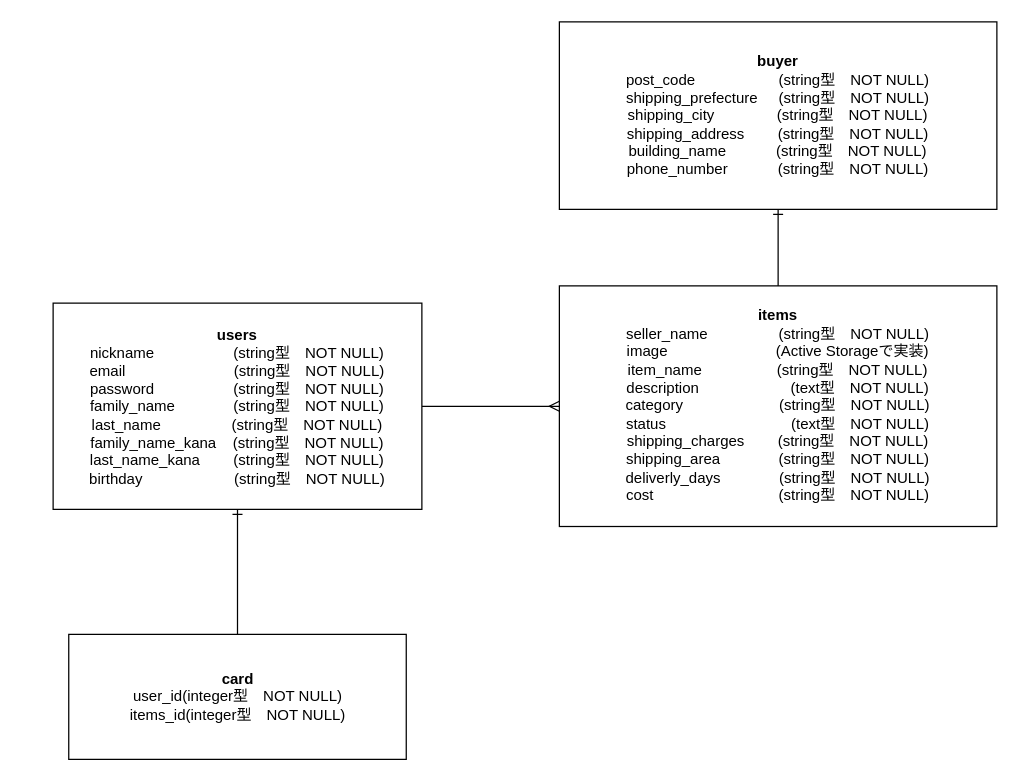
This is app/er.drawio from kyock-lee/furima-34464, a draw.io file, before an edit. Source tidied: cells renumbered, new cells numbered last; positions are measured from the earlier drawing's top-left corner, leaving out a move shared by most shapes. Both pictures are drawn from the tidied source at 125%, with x=0, y=0 at pixel (52, 21).
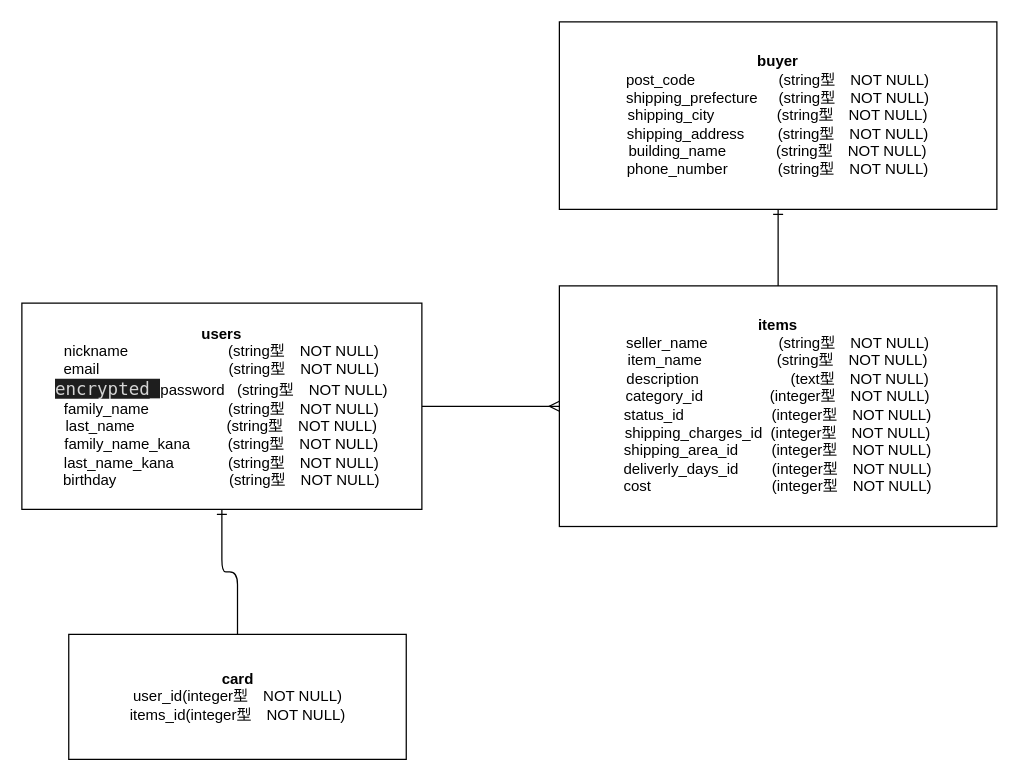
After the change.

Commit message (it also covers changes not shown here):
データベース設計(修正1)

Diff of the diagram source:
```diff
@@
 <mxGraphModel>
   <root>
     <mxCell id="0" />
     <mxCell id="1" parent="0" />
     <mxCell id="2" style="edgeStyle=orthogonalEdgeStyle;rounded=1;jettySize=auto;html=1;endArrow=ERmany;endFill=0;" parent="1" edge="1" source="3" target="5">
       <mxGeometry relative="1" as="geometry" />
     </mxCell>
-    <mxCell id="3" value="&lt;b&gt;users&lt;/b&gt;&lt;br&gt;nickname&amp;nbsp; &amp;nbsp; &amp;nbsp; &amp;nbsp; &amp;nbsp; &amp;nbsp; &amp;nbsp; &amp;nbsp; &amp;nbsp; &amp;nbsp;(string型　NOT NULL)&lt;br&gt;email&amp;nbsp; &amp;nbsp; &amp;nbsp; &amp;nbsp; &amp;nbsp; &amp;nbsp; &amp;nbsp; &amp;nbsp; &amp;nbsp; &amp;nbsp; &amp;nbsp; &amp;nbsp; &amp;nbsp; (string型　NOT NULL)&lt;br&gt;password&amp;nbsp; &amp;nbsp; &amp;nbsp; &amp;nbsp; &amp;nbsp; &amp;nbsp; &amp;nbsp; &amp;nbsp; &amp;nbsp; &amp;nbsp;(string型　NOT NULL)&lt;br&gt;family_name&amp;nbsp; &amp;nbsp; &amp;nbsp; &amp;nbsp; &amp;nbsp; &amp;nbsp; &amp;nbsp; (string型　NOT NULL)&lt;br&gt;last_name&amp;nbsp; &amp;nbsp; &amp;nbsp; &amp;nbsp; &amp;nbsp; &amp;nbsp; &amp;nbsp; &amp;nbsp; &amp;nbsp;(string型　NOT NULL)&lt;br&gt;family_name_kana&amp;nbsp; &amp;nbsp; (string型　NOT NULL)&lt;br&gt;last_name_kana&amp;nbsp; &amp;nbsp; &amp;nbsp; &amp;nbsp; (string型　NOT NULL)&lt;br&gt;birthday&amp;nbsp; &amp;nbsp; &amp;nbsp; &amp;nbsp; &amp;nbsp; &amp;nbsp; &amp;nbsp; &amp;nbsp; &amp;nbsp; &amp;nbsp; &amp;nbsp; (string型　NOT NULL)" style="rounded=0;whiteSpace=wrap;html=1;" parent="1" vertex="1">
-      <mxGeometry y="225" width="295" height="165" as="geometry" />
+    <mxCell id="3" value="&lt;b&gt;users&lt;/b&gt;&lt;br&gt;nickname&amp;nbsp; &amp;nbsp; &amp;nbsp; &amp;nbsp; &amp;nbsp; &amp;nbsp; &amp;nbsp; &amp;nbsp; &amp;nbsp; &amp;nbsp; &amp;nbsp; &amp;nbsp; (string型　NOT NULL)&lt;br&gt;email&amp;nbsp; &amp;nbsp; &amp;nbsp; &amp;nbsp; &amp;nbsp; &amp;nbsp; &amp;nbsp; &amp;nbsp; &amp;nbsp; &amp;nbsp; &amp;nbsp; &amp;nbsp; &amp;nbsp; &amp;nbsp; &amp;nbsp; &amp;nbsp;(string型　NOT NULL)&lt;br&gt;&lt;span style=&quot;background-color: rgb(30 , 30 , 30) ; color: rgb(212 , 212 , 212) ; font-family: &amp;#34;ricty diminished&amp;#34; , &amp;#34;menlo&amp;#34; , &amp;#34;monaco&amp;#34; , &amp;#34;courier new&amp;#34; , monospace ; font-size: 14px&quot;&gt;encrypted_&lt;/span&gt;password&amp;nbsp; &amp;nbsp;(string型　NOT NULL)&lt;br&gt;family_name&amp;nbsp; &amp;nbsp; &amp;nbsp; &amp;nbsp; &amp;nbsp; &amp;nbsp; &amp;nbsp; &amp;nbsp; &amp;nbsp; &amp;nbsp;(string型　NOT NULL)&lt;br&gt;last_name&amp;nbsp; &amp;nbsp; &amp;nbsp; &amp;nbsp; &amp;nbsp; &amp;nbsp; &amp;nbsp; &amp;nbsp; &amp;nbsp; &amp;nbsp; &amp;nbsp; (string型　NOT NULL)&lt;br&gt;family_name_kana&amp;nbsp; &amp;nbsp; &amp;nbsp; &amp;nbsp; &amp;nbsp;(string型　NOT NULL)&lt;br&gt;last_name_kana&amp;nbsp; &amp;nbsp; &amp;nbsp; &amp;nbsp; &amp;nbsp; &amp;nbsp; &amp;nbsp;(string型　NOT NULL)&lt;br&gt;birthday&amp;nbsp; &amp;nbsp; &amp;nbsp; &amp;nbsp; &amp;nbsp; &amp;nbsp; &amp;nbsp; &amp;nbsp; &amp;nbsp; &amp;nbsp; &amp;nbsp; &amp;nbsp; &amp;nbsp; &amp;nbsp;(string型　NOT NULL)" style="rounded=0;whiteSpace=wrap;html=1;" parent="1" vertex="1">
+      <mxGeometry x="-25" y="225" width="320" height="165" as="geometry" />
     </mxCell>
     <mxCell id="4" style="edgeStyle=orthogonalEdgeStyle;rounded=0;jettySize=auto;html=1;entryX=0.5;entryY=1;entryDx=0;entryDy=0;endArrow=ERone;endFill=0;" parent="1" edge="1" source="5" target="6">
       <mxGeometry relative="1" as="geometry" />
     </mxCell>
-    <mxCell id="5" value="&lt;b&gt;items&lt;br&gt;&lt;/b&gt;seller_name&amp;nbsp; &amp;nbsp; &amp;nbsp; &amp;nbsp; &amp;nbsp; &amp;nbsp; &amp;nbsp; &amp;nbsp; &amp;nbsp;(string型　NOT NULL)&lt;br&gt;image&amp;nbsp; &amp;nbsp; &amp;nbsp; &amp;nbsp; &amp;nbsp; &amp;nbsp; &amp;nbsp; &amp;nbsp; &amp;nbsp; &amp;nbsp; &amp;nbsp; &amp;nbsp; &amp;nbsp; (Active Storageで実装)&lt;br&gt;item_name&amp;nbsp; &amp;nbsp; &amp;nbsp; &amp;nbsp; &amp;nbsp; &amp;nbsp; &amp;nbsp; &amp;nbsp; &amp;nbsp; (string型　NOT NULL)&lt;br&gt;description&amp;nbsp; &amp;nbsp; &amp;nbsp; &amp;nbsp; &amp;nbsp; &amp;nbsp; &amp;nbsp; &amp;nbsp; &amp;nbsp; &amp;nbsp; &amp;nbsp; (text型　NOT NULL)&lt;br&gt;category&amp;nbsp; &amp;nbsp; &amp;nbsp; &amp;nbsp; &amp;nbsp; &amp;nbsp; &amp;nbsp; &amp;nbsp; &amp;nbsp; &amp;nbsp; &amp;nbsp; &amp;nbsp;(string型　NOT NULL)&lt;br&gt;status&amp;nbsp; &amp;nbsp; &amp;nbsp; &amp;nbsp; &amp;nbsp; &amp;nbsp; &amp;nbsp; &amp;nbsp; &amp;nbsp; &amp;nbsp; &amp;nbsp; &amp;nbsp; &amp;nbsp; &amp;nbsp; &amp;nbsp; (text型　NOT NULL)&lt;br&gt;shipping_charges&amp;nbsp; &amp;nbsp; &amp;nbsp; &amp;nbsp; (string型　NOT NULL)&lt;br&gt;shipping_area&amp;nbsp; &amp;nbsp; &amp;nbsp; &amp;nbsp; &amp;nbsp; &amp;nbsp; &amp;nbsp; (string型　NOT NULL)&lt;br&gt;deliverly_days&amp;nbsp; &amp;nbsp; &amp;nbsp; &amp;nbsp; &amp;nbsp; &amp;nbsp; &amp;nbsp; (string型　NOT NULL)&lt;br&gt;cost&amp;nbsp; &amp;nbsp; &amp;nbsp; &amp;nbsp; &amp;nbsp; &amp;nbsp; &amp;nbsp; &amp;nbsp; &amp;nbsp; &amp;nbsp; &amp;nbsp; &amp;nbsp; &amp;nbsp; &amp;nbsp; &amp;nbsp; (string型　NOT NULL)" style="rounded=0;whiteSpace=wrap;html=1;" parent="1" vertex="1">
+    <mxCell id="5" value="&lt;b&gt;items&lt;br&gt;&lt;/b&gt;seller_name&amp;nbsp; &amp;nbsp; &amp;nbsp; &amp;nbsp; &amp;nbsp; &amp;nbsp; &amp;nbsp; &amp;nbsp; &amp;nbsp;(string型　NOT NULL)&lt;br&gt;item_name&amp;nbsp; &amp;nbsp; &amp;nbsp; &amp;nbsp; &amp;nbsp; &amp;nbsp; &amp;nbsp; &amp;nbsp; &amp;nbsp; (string型　NOT NULL)&lt;br&gt;description&amp;nbsp; &amp;nbsp; &amp;nbsp; &amp;nbsp; &amp;nbsp; &amp;nbsp; &amp;nbsp; &amp;nbsp; &amp;nbsp; &amp;nbsp; &amp;nbsp; (text型　NOT NULL)&lt;br&gt;category_id&amp;nbsp; &amp;nbsp; &amp;nbsp; &amp;nbsp; &amp;nbsp; &amp;nbsp; &amp;nbsp; &amp;nbsp; (integer型　NOT NULL)&lt;br&gt;status_id&amp;nbsp; &amp;nbsp; &amp;nbsp; &amp;nbsp; &amp;nbsp; &amp;nbsp; &amp;nbsp; &amp;nbsp; &amp;nbsp; &amp;nbsp; &amp;nbsp;(integer型　NOT NULL)&lt;br&gt;shipping_charges_id&amp;nbsp; (integer型　NOT NULL)&lt;br&gt;shipping_area_id&amp;nbsp; &amp;nbsp; &amp;nbsp; &amp;nbsp; (integer型　NOT NULL)&lt;br&gt;deliverly_days_id&amp;nbsp; &amp;nbsp; &amp;nbsp; &amp;nbsp; (integer型　NOT NULL)&lt;br&gt;cost&amp;nbsp; &amp;nbsp; &amp;nbsp; &amp;nbsp; &amp;nbsp; &amp;nbsp; &amp;nbsp; &amp;nbsp; &amp;nbsp; &amp;nbsp; &amp;nbsp; &amp;nbsp; &amp;nbsp; &amp;nbsp; &amp;nbsp;(integer型　NOT NULL)" style="rounded=0;whiteSpace=wrap;html=1;" parent="1" vertex="1">
       <mxGeometry x="405" y="211.2" width="350" height="192.5" as="geometry" />
     </mxCell>
     <mxCell id="6" value="&lt;b&gt;buyer&lt;/b&gt;&lt;br&gt;post_code&amp;nbsp; &amp;nbsp; &amp;nbsp; &amp;nbsp; &amp;nbsp; &amp;nbsp; &amp;nbsp; &amp;nbsp; &amp;nbsp; &amp;nbsp; (string型　NOT NULL)&lt;br&gt;shipping_prefecture&amp;nbsp; &amp;nbsp; &amp;nbsp;(string型　NOT NULL)&lt;br&gt;shipping_city&amp;nbsp; &amp;nbsp; &amp;nbsp; &amp;nbsp; &amp;nbsp; &amp;nbsp; &amp;nbsp; &amp;nbsp;(string型　NOT NULL)&lt;br&gt;shipping_address&amp;nbsp; &amp;nbsp; &amp;nbsp; &amp;nbsp; (string型　NOT NULL)&lt;br&gt;building_name&amp;nbsp; &amp;nbsp; &amp;nbsp; &amp;nbsp; &amp;nbsp; &amp;nbsp; (string型　NOT NULL)&lt;br&gt;phone_number&amp;nbsp; &amp;nbsp; &amp;nbsp; &amp;nbsp; &amp;nbsp; &amp;nbsp; (string型　NOT NULL)" style="rounded=0;whiteSpace=wrap;html=1;" parent="1" vertex="1">
       <mxGeometry x="405" width="350" height="150" as="geometry" />
     </mxCell>
     <mxCell id="7" style="edgeStyle=orthogonalEdgeStyle;rounded=1;jettySize=auto;html=1;entryX=0.5;entryY=1;entryDx=0;entryDy=0;endArrow=ERone;endFill=0;" parent="1" edge="1" source="8" target="3">
       <mxGeometry relative="1" as="geometry" />
     </mxCell>
     <mxCell id="8" value="&lt;b&gt;card&lt;/b&gt;&lt;br&gt;user_id(integer型　NOT NULL)&lt;br&gt;items_id(integer型　NOT NULL)" style="rounded=0;whiteSpace=wrap;html=1;" parent="1" vertex="1">
       <mxGeometry x="12.5" y="490" width="270" height="100" as="geometry" />
     </mxCell>
   </root>
 </mxGraphModel>
```
